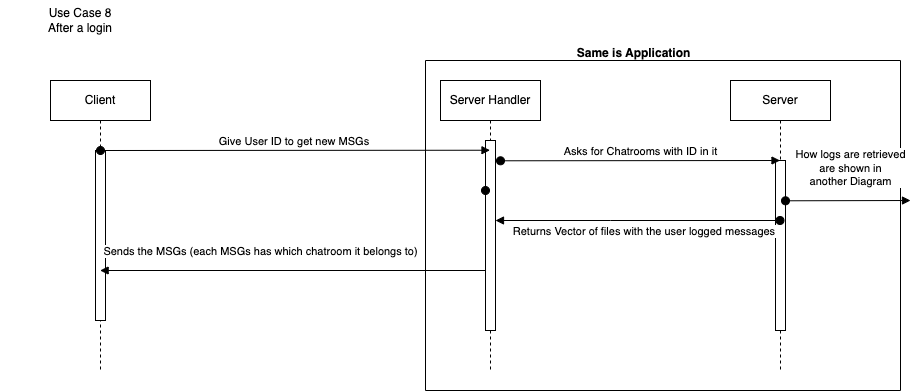
Above: Design/Group 1 Sequence Request user messages.drawio.png in R3r3zzed/Comms-Project (draw.io), before the change. Source tidied: cells renumbered, new cells last; positions are measured from the earlier drawing's top-left corner, leaving out a move shared by most shapes.
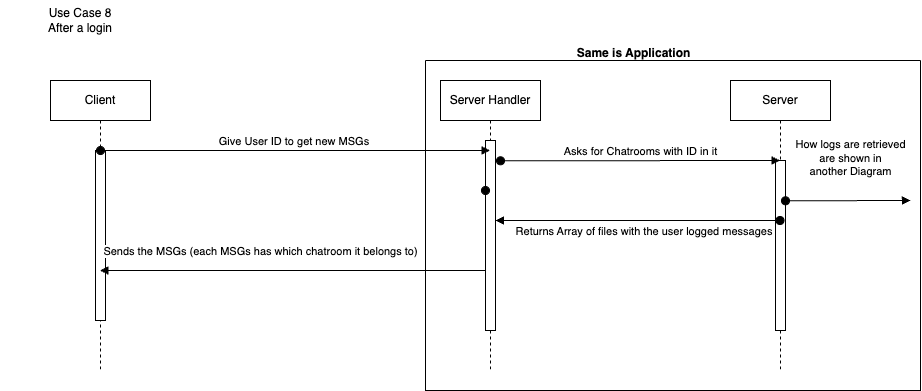
After the change.

Change to the diagram source:
```diff
@@ -39,7 +39,7 @@
         </Array>
       </mxGeometry>
     </mxCell>
-    <mxCell id="12" value="Returns Vector of files with the user logged messages&amp;nbsp;" style="html=1;verticalAlign=bottom;startArrow=oval;endArrow=block;startSize=8;edgeStyle=elbowEdgeStyle;elbow=vertical;curved=0;rounded=0;" parent="1" edge="1" source="6" target="5">
+    <mxCell id="12" value="Returns Array of files with the user logged messages&amp;nbsp;" style="html=1;verticalAlign=bottom;startArrow=oval;endArrow=block;startSize=8;edgeStyle=elbowEdgeStyle;elbow=vertical;curved=0;rounded=0;" parent="1" edge="1" source="6" target="5">
       <mxGeometry x="-0.05" y="20" relative="1" as="geometry">
         <Array as="points">
           <mxPoint x="610" y="220" />
@@ -59,10 +59,10 @@
       </mxGeometry>
     </mxCell>
     <mxCell id="14" style="swimlane;startSize=0;" parent="1" vertex="1">
-      <mxGeometry x="425" y="60" width="475" height="330" as="geometry" />
+      <mxGeometry x="425" y="60" width="495" height="330" as="geometry" />
     </mxCell>
     <mxCell id="15" value="How logs are retrieved &lt;br&gt;are shown in &lt;br&gt;another Diagram" style="html=1;verticalAlign=bottom;startArrow=oval;endArrow=block;startSize=8;edgeStyle=elbowEdgeStyle;elbow=vertical;curved=0;rounded=0;" parent="14" edge="1">
-      <mxGeometry x="0.04" y="10" relative="1" as="geometry">
+      <mxGeometry x="0.04" y="20" relative="1" as="geometry">
         <mxPoint x="360" y="140.3" as="sourcePoint" />
         <mxPoint x="485" y="140" as="targetPoint" />
         <Array as="points">
```
